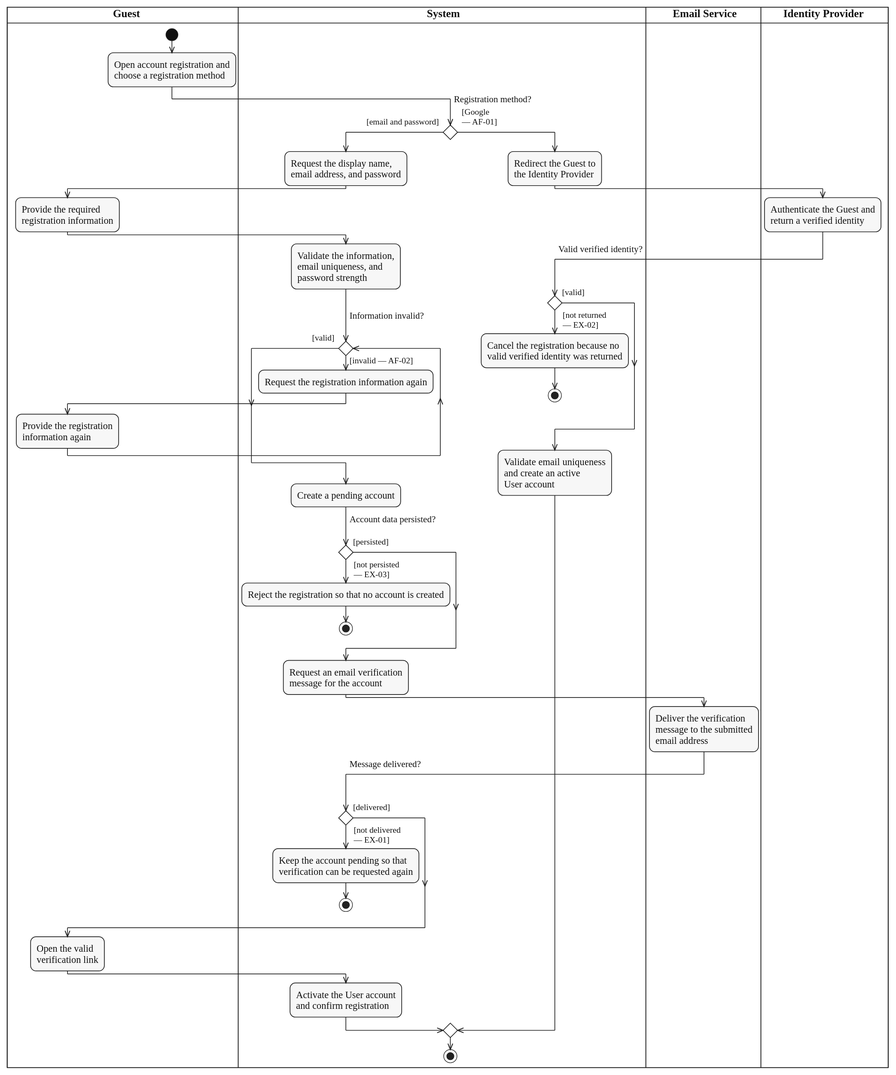
This is diagrams/activity/account-authentication/svg/UC-ACCOUNT-REGISTER.svg from lukenab/swd392-doc-automation, a PlantUML export, as it was before one commit. Its source is kept beside it as diagrams/activity/account-authentication/source/UC-ACCOUNT-REGISTER.puml.
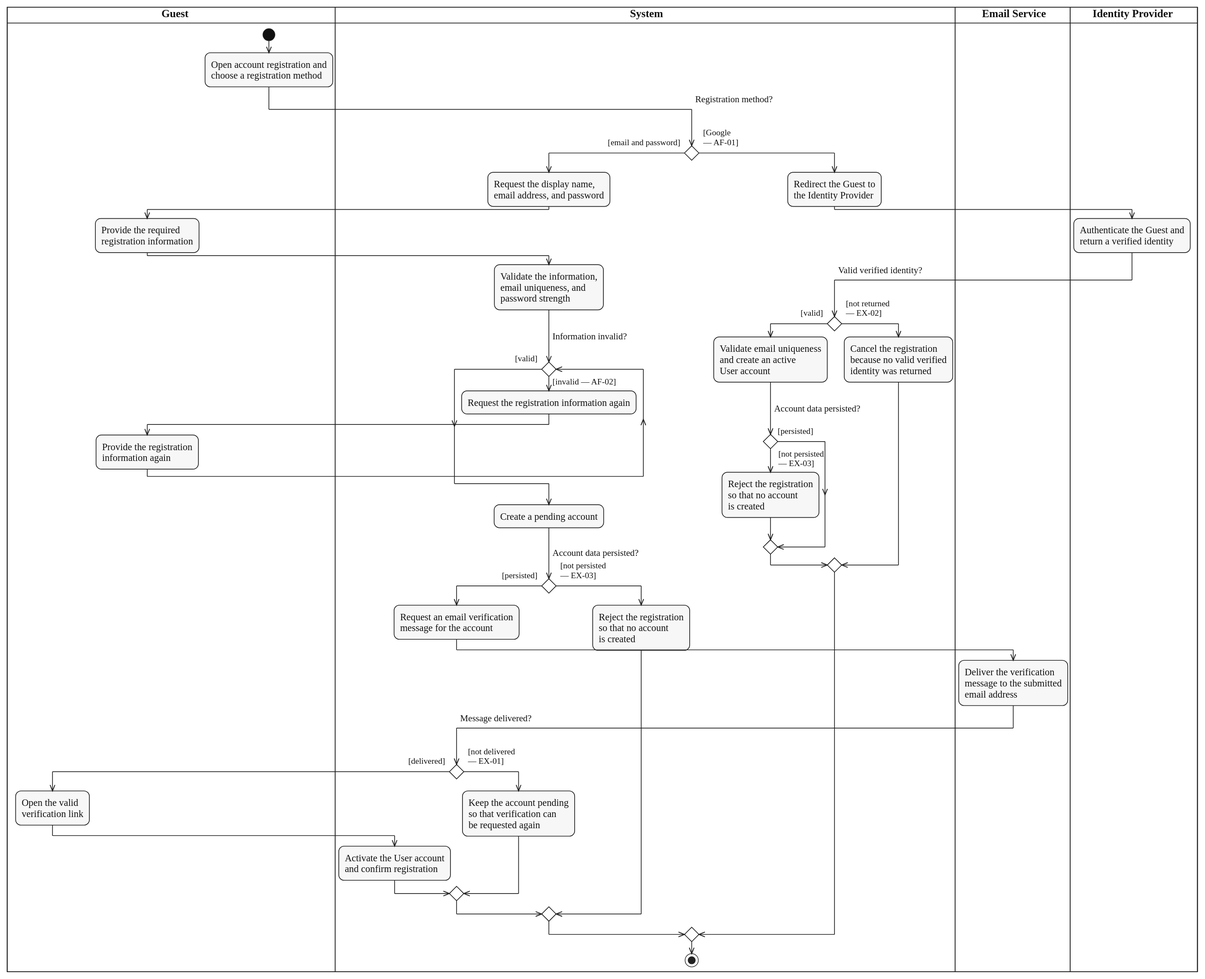
Later version of the same file.

Commit message:
docs(activity): merge same-outcome end nodes in account authentication diagrams

The edit, as a diff of the source:
```diff
@@ -1,6 +1,5 @@
 @startuml UC-ACCOUNT-REGISTER
 !include ../../_shared/activity-style.puml
-
 |GST| $lane_title("Guest")
 |SYS| $lane_title("System")
 |EML| $lane_title("Email Service")
@@ -11,7 +10,7 @@
 :Open account registration and
 choose a registration method;
 |SYS|
-if ($question("Registration method?")) then ($guard_left("[email and password]"))
+if ($question_x("Registration method?")) then ($guard_left("[email and password]"))
   :Request the display name,
   email address, and password;
   |GST|
@@ -30,29 +29,30 @@
   endwhile ($guard("[valid]"))
   :Create a pending account;
   if ($question("Account data persisted?")) then ($guard_left("[persisted]"))
+    :Request an email verification
+    message for the account;
+    |EML|
+    :Deliver the verification
+    message to the submitted
+    email address;
+    |SYS|
+    if ($question_x("Message delivered?")) then ($guard_left("[delivered]"))
+      |GST|
+      :Open the valid
+      verification link;
+      |SYS|
+      :Activate the User account
+      and confirm registration;
+    else ($guard_right("[not delivered", "— EX-01]"))
+      :Keep the account pending
+      so that verification can
+      be requested again;
+    endif
   else ($guard_right("[not persisted", "— EX-03]"))
-    :Reject the registration so that no account is created;
-    stop
+    :Reject the registration
+    so that no account
+    is created;
   endif
-  :Request an email verification
-  message for the account;
-  |EML|
-  :Deliver the verification
-  message to the submitted
-  email address;
-  |SYS|
-  if ($question_x("Message delivered?")) then ($guard_left("[delivered]"))
-  else ($guard_right("[not delivered", "— EX-01]"))
-    :Keep the account pending so that
-    verification can be requested again;
-    stop
-  endif
-  |GST|
-  :Open the valid
-  verification link;
-  |SYS|
-  :Activate the User account
-  and confirm registration;
 else ($guard_right("[Google", "— AF-01]"))
   :Redirect the Guest to
   the Identity Provider;
@@ -61,14 +61,20 @@
   return a verified identity;
   |SYS|
   if ($question_x("Valid verified identity?")) then ($guard_left("[valid]"))
+    :Validate email uniqueness
+    and create an active
+    User account;
+    if ($question("Account data persisted?")) then ($guard_left("[persisted]"))
+    else ($guard_right("[not persisted", "— EX-03]"))
+      :Reject the registration
+      so that no account
+      is created;
+    endif
   else ($guard_right("[not returned", "— EX-02]"))
-    :Cancel the registration because no
-    valid verified identity was returned;
-    stop
+    :Cancel the registration
+    because no valid verified
+    identity was returned;
   endif
-  :Validate email uniqueness
-  and create an active
-  User account;
 endif
 stop
 @enduml
```
